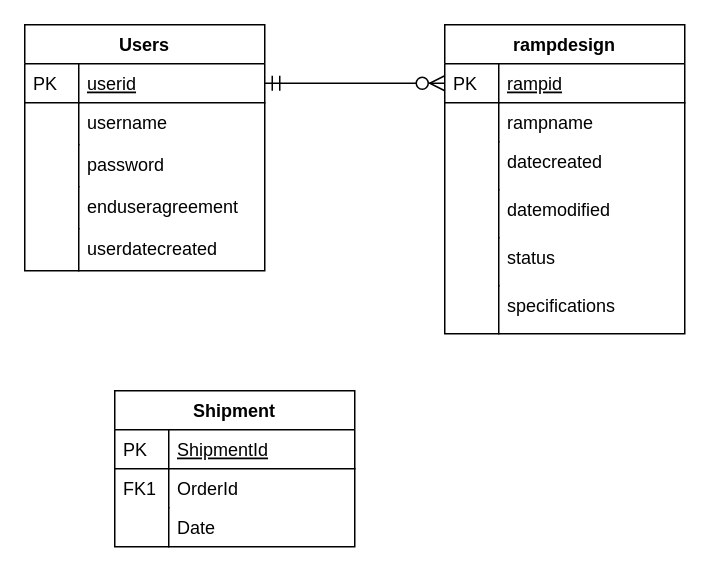
Above: ProtoGlyde ER Diagram.drawio in Draemondor/ramp-designer (draw.io), before the change. Source tidied: cells renumbered, new cells numbered last; positions are measured from the earlier drawing's top-left corner, leaving out a move shared by most shapes. Both pictures are drawn from the tidied source at 150%, with x=0, y=0 at pixel (24, 24).
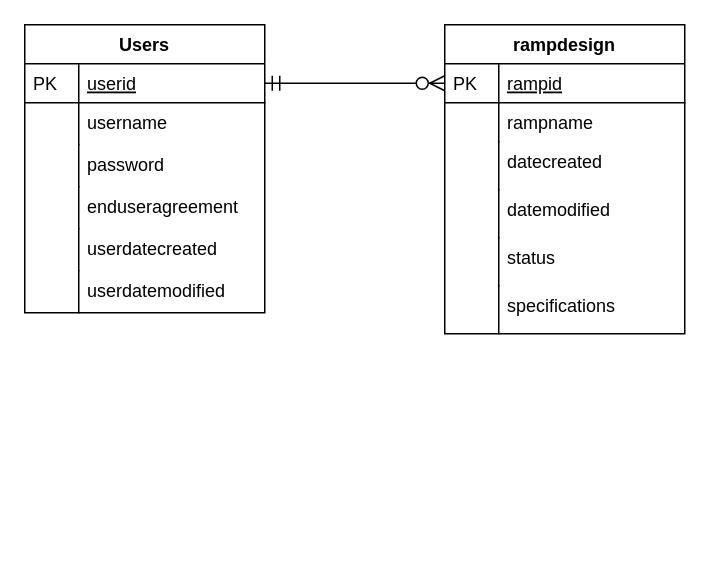
The same page after the edit.

Diff of the diagram source:
```diff
@@
     <mxCell id="2" value="Users" style="swimlane;fontStyle=1;horizontal=1;startSize=26;rounded=0;shadow=0;strokeWidth=1;" parent="1" vertex="1">
-      <mxGeometry width="160" height="164" as="geometry" />
+      <mxGeometry width="160" height="192" as="geometry" />
     </mxCell>
@@
+    <mxCell id="34" value="userdatemodified" style="shape=partialRectangle;top=0;left=0;right=0;bottom=0;align=left;verticalAlign=top;fillColor=none;spacingLeft=40;spacingRight=4;overflow=hidden;rounded=0;shadow=0;strokeWidth=1;" parent="2" vertex="1">
+      <mxGeometry y="164" width="160" height="28" as="geometry" />
+    </mxCell>
+    <mxCell id="35" style="shape=partialRectangle;top=0;left=0;bottom=0;fillColor=none;align=left;verticalAlign=top;spacingLeft=4;spacingRight=4;overflow=hidden;" parent="34" vertex="1">
+      <mxGeometry width="36" height="28" as="geometry" />
+    </mxCell>
@@
-    <mxCell id="27" value="Shipment" style="swimlane;fontStyle=1;horizontal=1;startSize=26;rounded=0;shadow=0;strokeWidth=1;" parent="1" vertex="1">
-      <mxGeometry x="60" y="244" width="160" height="104" as="geometry" />
-    </mxCell>
-    <mxCell id="28" value="ShipmentId" style="shape=partialRectangle;top=0;left=0;right=0;bottom=1;align=left;verticalAlign=top;fillColor=none;spacingLeft=40;spacingRight=4;overflow=hidden;rounded=0;shadow=0;strokeWidth=1;fontStyle=4;" parent="27" vertex="1">
-      <mxGeometry y="26" width="160" height="26" as="geometry" />
-    </mxCell>
-    <mxCell id="29" value="PK" style="shape=partialRectangle;top=0;left=0;bottom=0;fillColor=none;align=left;verticalAlign=top;spacingLeft=4;spacingRight=4;overflow=hidden;" parent="28" vertex="1">
-      <mxGeometry width="36" height="26" as="geometry" />
-    </mxCell>
-    <mxCell id="30" value="OrderId" style="shape=partialRectangle;top=0;left=0;right=0;bottom=0;align=left;verticalAlign=top;fillColor=none;spacingLeft=40;spacingRight=4;overflow=hidden;rounded=0;shadow=0;strokeWidth=1;" parent="27" vertex="1">
-      <mxGeometry y="52" width="160" height="26" as="geometry" />
-    </mxCell>
-    <mxCell id="31" value="FK1" style="shape=partialRectangle;top=0;left=0;bottom=0;fillColor=none;align=left;verticalAlign=top;spacingLeft=4;spacingRight=4;overflow=hidden;" parent="30" vertex="1">
-      <mxGeometry width="36" height="26" as="geometry" />
-    </mxCell>
-    <mxCell id="32" value="Date" style="shape=partialRectangle;top=0;left=0;right=0;bottom=0;align=left;verticalAlign=top;fillColor=none;spacingLeft=40;spacingRight=4;overflow=hidden;rounded=0;shadow=0;strokeWidth=1;" parent="27" vertex="1">
-      <mxGeometry y="78" width="160" height="26" as="geometry" />
-    </mxCell>
-    <mxCell id="33" style="shape=partialRectangle;top=0;left=0;bottom=0;fillColor=none;align=left;verticalAlign=top;spacingLeft=4;spacingRight=4;overflow=hidden;" parent="32" vertex="1">
-      <mxGeometry width="36" height="26" as="geometry" />
-    </mxCell>
```
